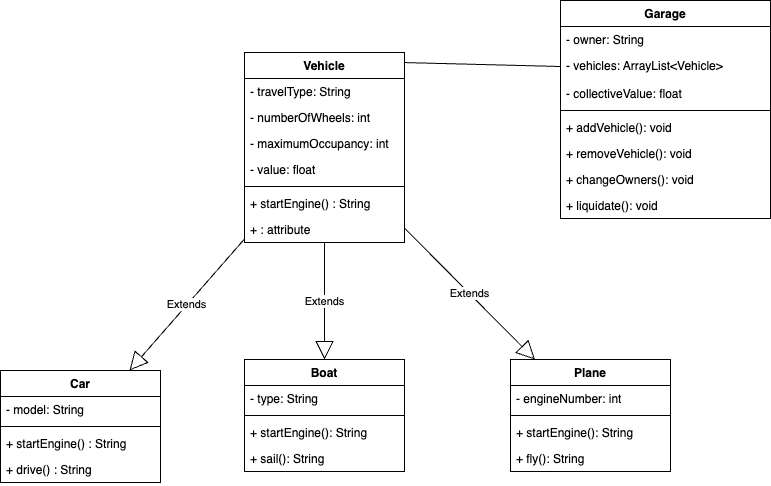
This is Garage_UML.png from Aebel-Shajan/lab_3.1_polymorphism, a draw.io export, as it was before one commit. Source tidied: cells renumbered, new cells last; positions are measured from the earlier drawing's top-left corner, leaving out a move shared by most shapes.
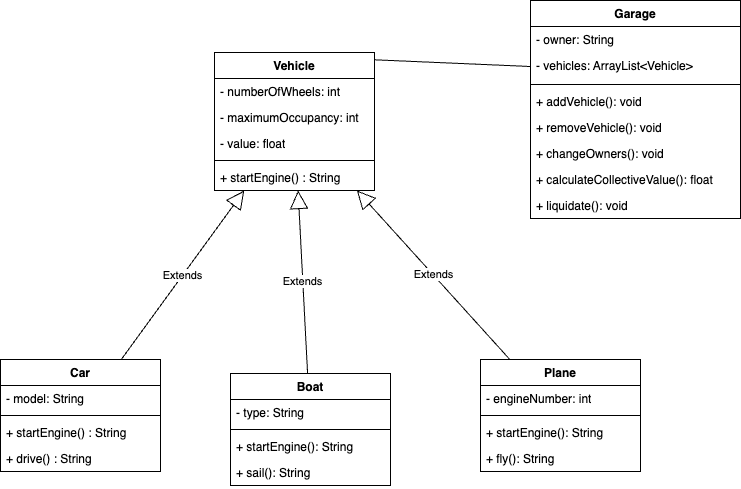
Above is the later version.

Diff of the diagram source:
```diff
@@ -3,31 +3,25 @@
     <mxCell id="0" />
     <mxCell id="1" parent="0" />
     <mxCell id="2" value="Vehicle" style="swimlane;fontStyle=1;align=center;verticalAlign=top;horizontal=1;startSize=26;whiteSpace=wrap;html=1;" parent="1" vertex="1">
-      <mxGeometry x="244" y="52" width="160" height="190" as="geometry" />
+      <mxGeometry x="244" y="52" width="160" height="138" as="geometry" />
     </mxCell>
-    <mxCell id="3" value="- travelType: String" style="text;strokeColor=none;fillColor=none;align=left;verticalAlign=top;spacingLeft=4;spacingRight=4;overflow=hidden;whiteSpace=wrap;html=1;" parent="2" vertex="1">
-      <mxGeometry y="26" width="160" height="26" as="geometry" />
-    </mxCell>
     <mxCell id="4" value="- numberOfWheels: int" style="text;strokeColor=none;fillColor=none;align=left;verticalAlign=top;spacingLeft=4;spacingRight=4;overflow=hidden;whiteSpace=wrap;html=1;" parent="2" vertex="1">
-      <mxGeometry y="52" width="160" height="26" as="geometry" />
+      <mxGeometry y="26" width="160" height="26" as="geometry" />
     </mxCell>
     <mxCell id="5" value="- maximumOccupancy: int" style="text;strokeColor=none;fillColor=none;align=left;verticalAlign=top;spacingLeft=4;spacingRight=4;overflow=hidden;whiteSpace=wrap;html=1;" parent="2" vertex="1">
-      <mxGeometry y="78" width="160" height="26" as="geometry" />
+      <mxGeometry y="52" width="160" height="26" as="geometry" />
     </mxCell>
     <mxCell id="6" value="- value: float" style="text;strokeColor=none;fillColor=none;align=left;verticalAlign=top;spacingLeft=4;spacingRight=4;overflow=hidden;whiteSpace=wrap;html=1;" parent="2" vertex="1">
-      <mxGeometry y="104" width="160" height="26" as="geometry" />
+      <mxGeometry y="78" width="160" height="26" as="geometry" />
     </mxCell>
     <mxCell id="7" style="line;strokeWidth=1;fillColor=none;align=left;verticalAlign=middle;spacingTop=-1;spacingLeft=3;spacingRight=3;labelPosition=right;strokeColor=inherit;" parent="2" vertex="1">
-      <mxGeometry y="130" width="160" height="8" as="geometry" />
+      <mxGeometry y="104" width="160" height="8" as="geometry" />
     </mxCell>
     <mxCell id="8" value="+ startEngine() : String" style="text;strokeColor=none;fillColor=none;align=left;verticalAlign=top;spacingLeft=4;spacingRight=4;overflow=hidden;whiteSpace=wrap;html=1;" parent="2" vertex="1">
-      <mxGeometry y="138" width="160" height="26" as="geometry" />
+      <mxGeometry y="112" width="160" height="26" as="geometry" />
     </mxCell>
-    <mxCell id="9" value="+ : attribute" style="text;strokeColor=none;fillColor=none;align=left;verticalAlign=top;spacingLeft=4;spacingRight=4;overflow=hidden;whiteSpace=wrap;html=1;" parent="2" vertex="1">
-      <mxGeometry y="164" width="160" height="26" as="geometry" />
-    </mxCell>
     <mxCell id="10" value="Car" style="swimlane;fontStyle=1;align=center;verticalAlign=top;horizontal=1;startSize=26;whiteSpace=wrap;html=1;" parent="1" vertex="1">
-      <mxGeometry y="370" width="160" height="112" as="geometry" />
+      <mxGeometry x="30" y="359" width="160" height="112" as="geometry" />
     </mxCell>
     <mxCell id="11" value="- model: String" style="text;strokeColor=none;fillColor=none;align=left;verticalAlign=top;spacingLeft=4;spacingRight=4;overflow=hidden;whiteSpace=wrap;html=1;" parent="10" vertex="1">
       <mxGeometry y="26" width="160" height="26" as="geometry" />
@@ -42,7 +36,7 @@
       <mxGeometry y="86" width="160" height="26" as="geometry" />
     </mxCell>
     <mxCell id="15" value="Boat" style="swimlane;fontStyle=1;align=center;verticalAlign=top;horizontal=1;startSize=26;whiteSpace=wrap;html=1;" parent="1" vertex="1">
-      <mxGeometry x="244" y="359" width="160" height="112" as="geometry" />
+      <mxGeometry x="260" y="373" width="160" height="112" as="geometry" />
     </mxCell>
     <mxCell id="16" value="- type: String" style="text;strokeColor=none;fillColor=none;align=left;verticalAlign=top;spacingLeft=4;spacingRight=4;overflow=hidden;whiteSpace=wrap;html=1;" parent="15" vertex="1">
       <mxGeometry y="26" width="160" height="26" as="geometry" />
@@ -71,13 +65,13 @@
     <mxCell id="24" value="+ fly(): String" style="text;strokeColor=none;fillColor=none;align=left;verticalAlign=top;spacingLeft=4;spacingRight=4;overflow=hidden;whiteSpace=wrap;html=1;" parent="20" vertex="1">
       <mxGeometry y="86" width="160" height="26" as="geometry" />
     </mxCell>
-    <mxCell id="25" value="Extends" style="endArrow=block;endSize=16;endFill=0;html=1;rounded=0;" parent="1" edge="1" source="2" target="20">
+    <mxCell id="25" value="Extends" style="endArrow=block;endSize=16;endFill=0;html=1;rounded=0;" parent="1" edge="1" source="20" target="2">
       <mxGeometry relative="1" as="geometry" />
     </mxCell>
-    <mxCell id="26" value="Extends" style="endArrow=block;endSize=16;endFill=0;html=1;rounded=0;" parent="1" edge="1" source="2" target="15">
+    <mxCell id="26" value="Extends" style="endArrow=block;endSize=16;endFill=0;html=1;rounded=0;" parent="1" edge="1" source="15" target="2">
       <mxGeometry relative="1" as="geometry" />
     </mxCell>
-    <mxCell id="27" value="Extends" style="endArrow=block;endSize=16;endFill=0;html=1;rounded=0;" parent="1" edge="1" source="2" target="10">
+    <mxCell id="27" value="Extends" style="endArrow=block;endSize=16;endFill=0;html=1;rounded=0;" parent="1" edge="1" source="10" target="2">
       <mxGeometry relative="1" as="geometry" />
     </mxCell>
     <mxCell id="28" value="Garage" style="swimlane;fontStyle=1;align=center;verticalAlign=top;horizontal=1;startSize=26;whiteSpace=wrap;html=1;" parent="1" vertex="1">
@@ -89,21 +83,21 @@
     <mxCell id="30" value="- vehicles: ArrayList&amp;lt;Vehicle&amp;gt;" style="text;strokeColor=none;fillColor=none;align=left;verticalAlign=top;spacingLeft=4;spacingRight=4;overflow=hidden;points=[[0,0.5],[1,0.5]];portConstraint=eastwest;whiteSpace=wrap;html=1;" parent="28" vertex="1">
       <mxGeometry y="52" width="210" height="28" as="geometry" />
     </mxCell>
-    <mxCell id="31" value="- collectiveValue: float" style="text;strokeColor=none;fillColor=none;align=left;verticalAlign=top;spacingLeft=4;spacingRight=4;overflow=hidden;whiteSpace=wrap;html=1;" parent="28" vertex="1">
-      <mxGeometry y="80" width="210" height="26" as="geometry" />
-    </mxCell>
     <mxCell id="32" style="line;strokeWidth=1;fillColor=none;align=left;verticalAlign=middle;spacingTop=-1;spacingLeft=3;spacingRight=3;labelPosition=right;strokeColor=inherit;" parent="28" vertex="1">
-      <mxGeometry y="106" width="210" height="8" as="geometry" />
+      <mxGeometry y="80" width="210" height="8" as="geometry" />
     </mxCell>
     <mxCell id="33" value="+ addVehicle(): void" style="text;strokeColor=none;fillColor=none;align=left;verticalAlign=top;spacingLeft=4;spacingRight=4;overflow=hidden;whiteSpace=wrap;html=1;" parent="28" vertex="1">
-      <mxGeometry y="114" width="210" height="26" as="geometry" />
+      <mxGeometry y="88" width="210" height="26" as="geometry" />
     </mxCell>
     <mxCell id="34" value="+ removeVehicle(): void" style="text;strokeColor=none;fillColor=none;align=left;verticalAlign=top;spacingLeft=4;spacingRight=4;overflow=hidden;whiteSpace=wrap;html=1;" parent="28" vertex="1">
-      <mxGeometry y="140" width="210" height="26" as="geometry" />
+      <mxGeometry y="114" width="210" height="26" as="geometry" />
     </mxCell>
     <mxCell id="35" value="+ changeOwners(): void" style="text;strokeColor=none;fillColor=none;align=left;verticalAlign=top;spacingLeft=4;spacingRight=4;overflow=hidden;whiteSpace=wrap;html=1;" parent="28" vertex="1">
-      <mxGeometry y="166" width="210" height="26" as="geometry" />
+      <mxGeometry y="140" width="210" height="26" as="geometry" />
     </mxCell>
+    <mxCell id="38" value="+ calculateCollectiveValue(): float" style="text;strokeColor=none;fillColor=none;align=left;verticalAlign=top;spacingLeft=4;spacingRight=4;overflow=hidden;whiteSpace=wrap;html=1;" parent="28" vertex="1">
+      <mxGeometry y="166" width="210" height="26" as="geometry" />
+    </mxCell>
     <mxCell id="36" value="+ liquidate(): void" style="text;strokeColor=none;fillColor=none;align=left;verticalAlign=top;spacingLeft=4;spacingRight=4;overflow=hidden;whiteSpace=wrap;html=1;" parent="28" vertex="1">
       <mxGeometry y="192" width="210" height="26" as="geometry" />
     </mxCell>
```
